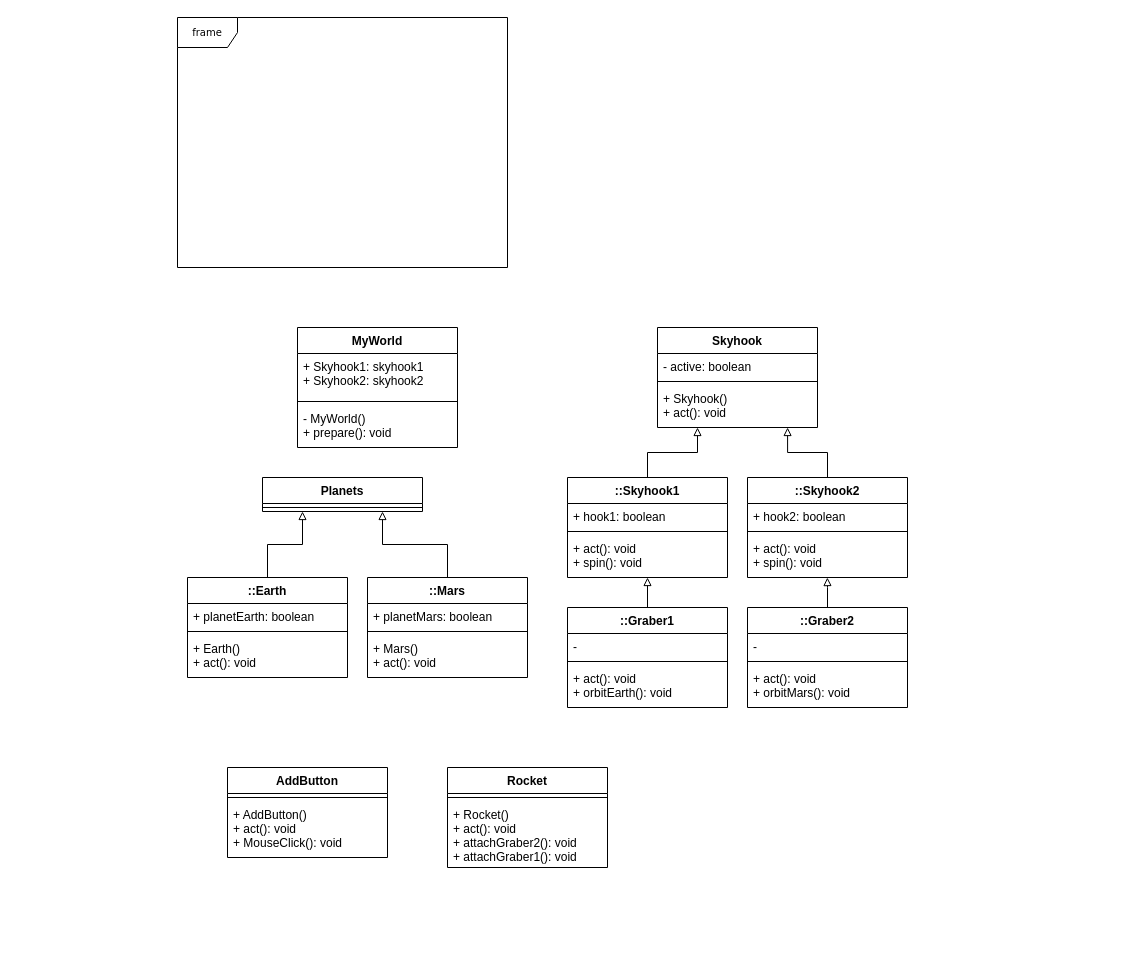
Before: Modelle/Klassendiagramm.drawio in daenzg/skyhook_sim, a draw.io diagram. Source tidied: cells renumbered, new cells numbered last; positions are measured from the earlier drawing's top-left corner, leaving out a move shared by most shapes. Both pictures are drawn from the tidied source at 100%, with x=0, y=0 at pixel (177, 17).
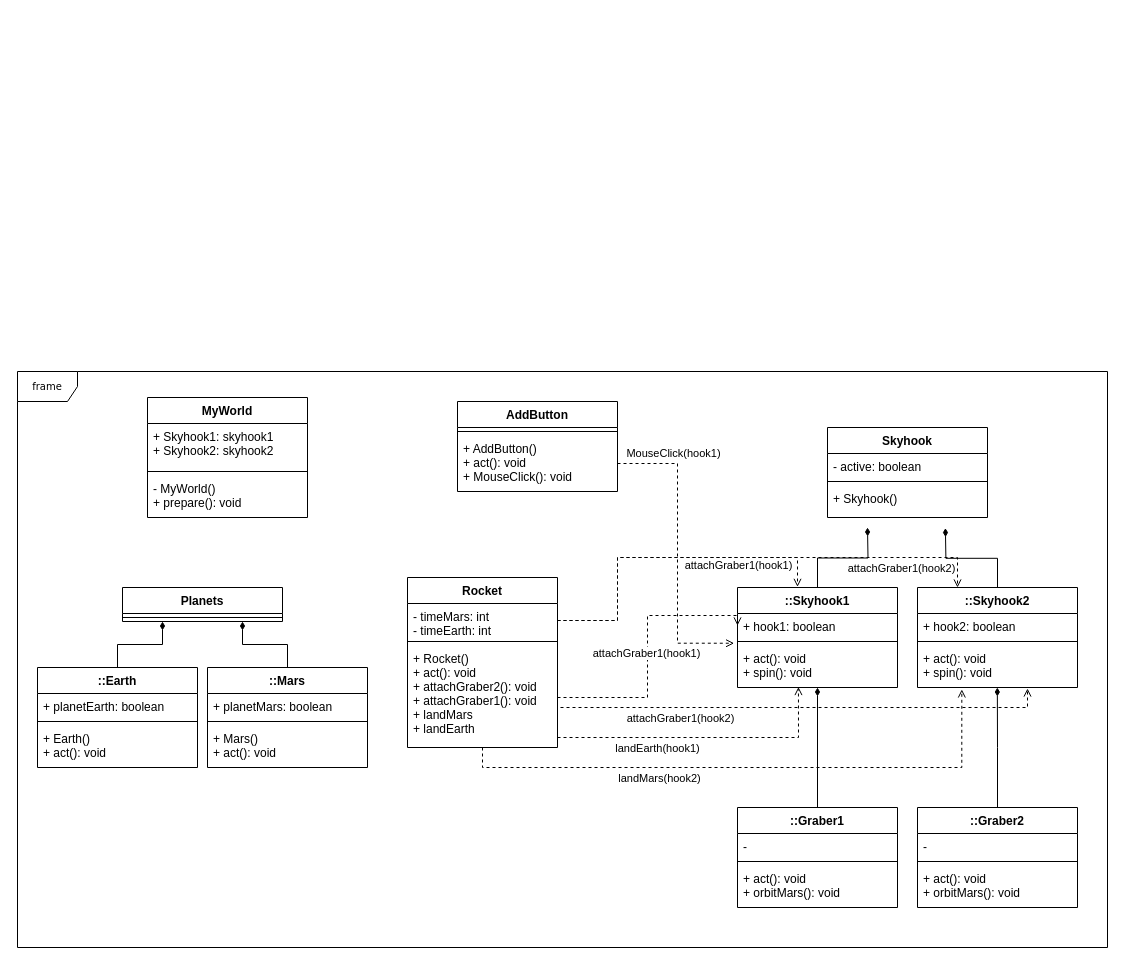
The same diagram, later.

The change refers to these unchanged cells:
```xml
<mxCell id="9" value="+ AddButton()&#10;+ act(): void&#10;+ MouseClick(): void" style="text;strokeColor=none;fillColor=none;align=left;verticalAlign=top;spacingLeft=4;spacingRight=4;overflow=hidden;points=[[0,0.5],[1,0.5]];portConstraint=eastwest;" parent="7" vertex="1">
  <mxGeometry y="34" width="160" height="56" as="geometry" />
</mxCell>
<mxCell id="31" value="+ hook1: boolean&#10;" style="text;strokeColor=none;fillColor=none;align=left;verticalAlign=top;spacingLeft=4;spacingRight=4;overflow=hidden;points=[[0,0.5],[1,0.5]];portConstraint=eastwest;" parent="30" vertex="1">
  <mxGeometry y="26" width="160" height="24" as="geometry" />
</mxCell>
<mxCell id="33" value="+ act(): void&#10;+ spin(): void" style="text;strokeColor=none;fillColor=none;align=left;verticalAlign=top;spacingLeft=4;spacingRight=4;overflow=hidden;points=[[0,0.5],[1,0.5]];portConstraint=eastwest;" parent="30" vertex="1">
  <mxGeometry y="58" width="160" height="42" as="geometry" />
</mxCell>
<mxCell id="38" value="+ act(): void&#10;+ spin(): void" style="text;strokeColor=none;fillColor=none;align=left;verticalAlign=top;spacingLeft=4;spacingRight=4;overflow=hidden;points=[[0,0.5],[1,0.5]];portConstraint=eastwest;" parent="35" vertex="1">
  <mxGeometry y="58" width="160" height="42" as="geometry" />
</mxCell>
```

Diff of the diagram source:
```diff
@@
     <mxCell id="2" value="frame" style="shape=umlFrame;whiteSpace=wrap;html=1;rounded=0;shadow=0;comic=0;labelBackgroundColor=none;strokeWidth=1;fontFamily=Verdana;fontSize=10;align=center;" parent="1" vertex="1">
-      <mxGeometry width="330" height="250" as="geometry" />
+      <mxGeometry x="-160" y="354" width="1090" height="576" as="geometry" />
     </mxCell>
     <mxCell id="3" value="MyWorld" style="swimlane;fontStyle=1;align=center;verticalAlign=top;horizontal=1;startSize=26;" parent="1" vertex="1">
-      <mxGeometry x="120" y="310" width="160" height="120" as="geometry" />
+      <mxGeometry x="-30" y="380" width="160" height="120" as="geometry" />
     </mxCell>
@@
     <mxCell id="7" value="AddButton" style="swimlane;fontStyle=1;align=center;verticalAlign=top;horizontal=1;startSize=26;" parent="1" vertex="1">
-      <mxGeometry x="50" y="750" width="160" height="90" as="geometry" />
+      <mxGeometry x="280" y="384" width="160" height="90" as="geometry" />
     </mxCell>
@@
     <mxCell id="10" value="Planets" style="swimlane;fontStyle=1;align=center;verticalAlign=top;horizontal=1;startSize=26;" parent="1" vertex="1">
-      <mxGeometry x="85" y="460" width="160" height="34" as="geometry" />
+      <mxGeometry x="-55" y="570" width="160" height="34" as="geometry" />
     </mxCell>
@@
-    <mxCell id="12" style="edgeStyle=orthogonalEdgeStyle;rounded=0;jettySize=auto;html=1;entryX=0.25;entryY=1;entryDx=0;entryDy=0;endArrow=block;endFill=0;" parent="1" edge="1" source="13" target="10">
+    <mxCell id="12" style="edgeStyle=orthogonalEdgeStyle;rounded=0;jettySize=auto;html=1;entryX=0.25;entryY=1;entryDx=0;entryDy=0;endArrow=diamondThin;endFill=1;" parent="1" edge="1" source="13" target="10">
       <mxGeometry relative="1" as="geometry" />
     </mxCell>
     <mxCell id="13" value="::Earth" style="swimlane;fontStyle=1;align=center;verticalAlign=top;horizontal=1;startSize=26;" parent="1" vertex="1">
-      <mxGeometry x="10" y="560" width="160" height="100" as="geometry" />
+      <mxGeometry x="-140" y="650" width="160" height="100" as="geometry" />
     </mxCell>
@@
-    <mxCell id="17" style="edgeStyle=orthogonalEdgeStyle;rounded=0;jettySize=auto;html=1;entryX=0.75;entryY=1;entryDx=0;entryDy=0;endArrow=block;endFill=0;" parent="1" edge="1" source="18" target="10">
+    <mxCell id="17" style="edgeStyle=orthogonalEdgeStyle;rounded=0;jettySize=auto;html=1;entryX=0.75;entryY=1;entryDx=0;entryDy=0;endArrow=diamondThin;endFill=1;" parent="1" edge="1" source="18" target="10">
       <mxGeometry relative="1" as="geometry" />
     </mxCell>
     <mxCell id="18" value="::Mars" style="swimlane;fontStyle=1;align=center;verticalAlign=top;horizontal=1;startSize=26;" parent="1" vertex="1">
-      <mxGeometry x="190" y="560" width="160" height="100" as="geometry" />
+      <mxGeometry x="30" y="650" width="160" height="100" as="geometry" />
     </mxCell>
@@
-    <mxCell id="22" value="Rocket" style="swimlane;fontStyle=1;align=center;verticalAlign=top;horizontal=1;startSize=26;" parent="1" vertex="1">
-      <mxGeometry x="270" y="750" width="160" height="100" as="geometry" />
-    </mxCell>
-    <mxCell id="23" style="line;strokeWidth=1;fillColor=none;align=left;verticalAlign=middle;spacingTop=-1;spacingLeft=3;spacingRight=3;labelPosition=right;strokeColor=inherit;" parent="22" vertex="1">
-      <mxGeometry y="26" width="160" height="8" as="geometry" />
-    </mxCell>
-    <mxCell id="24" value="+ Rocket()&#10;+ act(): void&#10;+ attachGraber2(): void&#10;+ attachGraber1(): void" style="text;strokeColor=none;fillColor=none;align=left;verticalAlign=top;spacingLeft=4;spacingRight=4;overflow=hidden;" parent="22" vertex="1">
-      <mxGeometry y="34" width="160" height="66" as="geometry" />
-    </mxCell>
     <mxCell id="25" value="Skyhook" style="swimlane;fontStyle=1;align=center;verticalAlign=top;horizontal=1;startSize=26;" parent="1" vertex="1">
-      <mxGeometry x="480" y="310" width="160" height="100" as="geometry" />
+      <mxGeometry x="650" y="410" width="160" height="90" as="geometry" />
     </mxCell>
@@
-    <mxCell id="28" value="+ Skyhook()&#10;+ act(): void" style="text;strokeColor=none;fillColor=none;align=left;verticalAlign=top;spacingLeft=4;spacingRight=4;overflow=hidden;points=[[0,0.5],[1,0.5]];portConstraint=eastwest;" parent="25" vertex="1">
-      <mxGeometry y="58" width="160" height="42" as="geometry" />
+    <mxCell id="28" value="+ Skyhook()" style="text;strokeColor=none;fillColor=none;align=left;verticalAlign=top;spacingLeft=4;spacingRight=4;overflow=hidden;points=[[0,0.5],[1,0.5]];portConstraint=eastwest;" parent="25" vertex="1">
+      <mxGeometry y="58" width="160" height="32" as="geometry" />
     </mxCell>
-    <mxCell id="29" style="edgeStyle=orthogonalEdgeStyle;rounded=0;jettySize=auto;html=1;entryX=0.25;entryY=1;entryDx=0;entryDy=0;endArrow=block;endFill=0;" parent="1" edge="1" source="30" target="25">
-      <mxGeometry relative="1" as="geometry" />
+    <mxCell id="29" style="edgeStyle=orthogonalEdgeStyle;rounded=0;jettySize=auto;html=1;entryX=0.25;entryY=1;entryDx=0;entryDy=0;endArrow=diamondThin;endFill=1;" parent="1" edge="1" source="30">
+      <mxGeometry relative="1" as="geometry">
+        <mxPoint x="690" y="510" as="targetPoint" />
+      </mxGeometry>
     </mxCell>
     <mxCell id="30" value="::Skyhook1" style="swimlane;fontStyle=1;align=center;verticalAlign=top;horizontal=1;startSize=26;" parent="1" vertex="1">
-      <mxGeometry x="390" y="460" width="160" height="100" as="geometry" />
+      <mxGeometry x="560" y="570" width="160" height="100" as="geometry" />
     </mxCell>
@@
-    <mxCell id="34" style="edgeStyle=orthogonalEdgeStyle;rounded=0;jettySize=auto;html=1;entryX=0.813;entryY=1;entryDx=0;entryDy=0;entryPerimeter=0;endArrow=block;endFill=0;" parent="1" edge="1" source="35" target="28">
-      <mxGeometry relative="1" as="geometry" />
+    <mxCell id="34" style="edgeStyle=orthogonalEdgeStyle;rounded=0;jettySize=auto;html=1;entryX=0.737;entryY=1.018;entryDx=0;entryDy=0;entryPerimeter=0;endArrow=diamondThin;endFill=1;" parent="1" edge="1" source="35">
+      <mxGeometry relative="1" as="geometry">
+        <mxPoint x="767.9" y="510.6" as="targetPoint" />
+      </mxGeometry>
     </mxCell>
     <mxCell id="35" value="::Skyhook2" style="swimlane;fontStyle=1;align=center;verticalAlign=top;horizontal=1;startSize=26;" parent="1" vertex="1">
-      <mxGeometry x="570" y="460" width="160" height="100" as="geometry" />
+      <mxGeometry x="740" y="570" width="160" height="100" as="geometry" />
     </mxCell>
@@
-    <mxCell id="39" style="edgeStyle=orthogonalEdgeStyle;rounded=0;jettySize=auto;html=1;entryX=0.5;entryY=1;entryDx=0;entryDy=0;endArrow=block;endFill=0;" parent="1" edge="1" source="40" target="30">
+    <mxCell id="39" style="edgeStyle=orthogonalEdgeStyle;rounded=0;jettySize=auto;html=1;entryX=0.5;entryY=1;entryDx=0;entryDy=0;endArrow=diamondThin;endFill=1;" parent="1" edge="1" source="40" target="30">
       <mxGeometry relative="1" as="geometry" />
     </mxCell>
     <mxCell id="40" value="::Graber1" style="swimlane;fontStyle=1;align=center;verticalAlign=top;horizontal=1;startSize=26;" parent="1" vertex="1">
-      <mxGeometry x="390" y="590" width="160" height="100" as="geometry" />
+      <mxGeometry x="560" y="790" width="160" height="100" as="geometry" />
     </mxCell>
@@
-    <mxCell id="43" value="+ act(): void&#10;+ orbitEarth(): void" style="text;strokeColor=none;fillColor=none;align=left;verticalAlign=top;spacingLeft=4;spacingRight=4;overflow=hidden;" parent="40" vertex="1">
+    <mxCell id="43" value="+ act(): void&#10;+ orbitMars(): void" style="text;strokeColor=none;fillColor=none;align=left;verticalAlign=top;spacingLeft=4;spacingRight=4;overflow=hidden;" parent="40" vertex="1">
       <mxGeometry y="58" width="160" height="42" as="geometry" />
     </mxCell>
-    <mxCell id="44" style="edgeStyle=orthogonalEdgeStyle;rounded=0;jettySize=auto;html=1;entryX=0.499;entryY=1.001;entryDx=0;entryDy=0;entryPerimeter=0;endArrow=block;endFill=0;" parent="1" edge="1" source="45" target="38">
+    <mxCell id="44" style="edgeStyle=orthogonalEdgeStyle;rounded=0;jettySize=auto;html=1;entryX=0.499;entryY=1.001;entryDx=0;entryDy=0;entryPerimeter=0;endArrow=diamondThin;endFill=1;" parent="1" edge="1" source="45" target="38">
       <mxGeometry relative="1" as="geometry" />
     </mxCell>
     <mxCell id="45" value="::Graber2" style="swimlane;fontStyle=1;align=center;verticalAlign=top;horizontal=1;startSize=26;" parent="1" vertex="1">
-      <mxGeometry x="570" y="590" width="160" height="100" as="geometry" />
+      <mxGeometry x="740" y="790" width="160" height="100" as="geometry" />
     </mxCell>
@@
+    <mxCell id="22" value="Rocket" style="swimlane;fontStyle=1;align=center;verticalAlign=top;horizontal=1;startSize=26;" parent="1" vertex="1">
+      <mxGeometry x="230" y="560" width="150" height="170" as="geometry" />
+    </mxCell>
+    <mxCell id="49" value="- timeMars: int&#10;- timeEarth: int" style="text;strokeColor=none;fillColor=none;align=left;verticalAlign=top;spacingLeft=4;spacingRight=4;overflow=hidden;points=[[0,0.5],[1,0.5]];portConstraint=eastwest;" parent="22" vertex="1">
+      <mxGeometry y="26" width="150" height="34" as="geometry" />
+    </mxCell>
+    <mxCell id="50" style="line;strokeWidth=1;fillColor=none;align=left;verticalAlign=middle;spacingTop=-1;spacingLeft=3;spacingRight=3;labelPosition=right;strokeColor=inherit;" parent="22" vertex="1">
+      <mxGeometry y="60" width="150" height="8" as="geometry" />
+    </mxCell>
+    <mxCell id="51" value="+ Rocket()&#10;+ act(): void&#10;+ attachGraber2(): void&#10;+ attachGraber1(): void&#10;+ landMars&#10;+ landEarth" style="text;strokeColor=none;fillColor=none;align=left;verticalAlign=top;spacingLeft=4;spacingRight=4;overflow=hidden;points=[[0,0.5],[1,0.5]];portConstraint=eastwest;" parent="22" vertex="1">
+      <mxGeometry y="68" width="150" height="102" as="geometry" />
+    </mxCell>
+    <mxCell id="52" style="edgeStyle=orthogonalEdgeStyle;rounded=0;jettySize=auto;html=1;entryX=0;entryY=0.5;entryDx=0;entryDy=0;endArrow=open;endFill=0;dashed=1;" parent="1" edge="1" source="51" target="31">
+      <mxGeometry relative="1" as="geometry">
+        <Array as="points">
+          <mxPoint x="470" y="680" />
+          <mxPoint x="470" y="598" />
+        </Array>
+      </mxGeometry>
+    </mxCell>
+    <mxCell id="53" value="attachGraber1(hook1)" style="edgeLabel;html=1;align=center;verticalAlign=middle;" parent="52" vertex="1">
+      <mxGeometry x="-0.16" y="2" relative="1" as="geometry">
+        <mxPoint y="-21" as="offset" />
+      </mxGeometry>
+    </mxCell>
+    <mxCell id="54" style="edgeStyle=orthogonalEdgeStyle;rounded=0;jettySize=auto;html=1;entryX=0.25;entryY=0;entryDx=0;entryDy=0;dashed=1;endArrow=open;endFill=0;jumpStyle=none;" parent="1" edge="1" source="49" target="35">
+      <mxGeometry relative="1" as="geometry">
+        <Array as="points">
+          <mxPoint x="440" y="603" />
+          <mxPoint x="440" y="540" />
+          <mxPoint x="780" y="540" />
+        </Array>
+      </mxGeometry>
+    </mxCell>
+    <mxCell id="55" value="attachGraber1(hook2)" style="edgeLabel;html=1;align=center;verticalAlign=middle;" parent="54" vertex="1">
+      <mxGeometry x="-0.39" y="2" relative="1" as="geometry">
+        <mxPoint x="256" y="12" as="offset" />
+      </mxGeometry>
+    </mxCell>
+    <mxCell id="56" style="edgeStyle=orthogonalEdgeStyle;rounded=0;jettySize=auto;html=1;dashed=1;endArrow=open;endFill=0;jumpStyle=none;entryX=0.375;entryY=-0.006;entryDx=0;entryDy=0;entryPerimeter=0;" parent="1" edge="1" target="30">
+      <mxGeometry relative="1" as="geometry">
+        <mxPoint x="380" y="603" as="sourcePoint" />
+        <Array as="points">
+          <mxPoint x="440" y="603" />
+          <mxPoint x="440" y="540" />
+          <mxPoint x="620" y="540" />
+        </Array>
+      </mxGeometry>
+    </mxCell>
+    <mxCell id="57" value="attachGraber1(hook1)" style="edgeLabel;html=1;align=center;verticalAlign=middle;" parent="56" vertex="1">
+      <mxGeometry x="-0.39" y="2" relative="1" as="geometry">
+        <mxPoint x="122" y="-15" as="offset" />
+      </mxGeometry>
+    </mxCell>
+    <mxCell id="58" style="edgeStyle=orthogonalEdgeStyle;rounded=0;orthogonalLoop=1;jettySize=auto;html=1;endArrow=open;endFill=0;dashed=1;" parent="1" edge="1">
+      <mxGeometry relative="1" as="geometry">
+        <mxPoint x="380" y="681" as="sourcePoint" />
+        <mxPoint x="850" y="671" as="targetPoint" />
+        <Array as="points">
+          <mxPoint x="380" y="690" />
+          <mxPoint x="850" y="690" />
+          <mxPoint x="850" y="671" />
+        </Array>
+      </mxGeometry>
+    </mxCell>
+    <mxCell id="59" value="attachGraber1(hook2)" style="edgeLabel;html=1;align=center;verticalAlign=middle;" parent="58" vertex="1">
+      <mxGeometry x="-0.16" y="2" relative="1" as="geometry">
+        <mxPoint x="-78" y="12" as="offset" />
+      </mxGeometry>
+    </mxCell>
+    <mxCell id="60" style="edgeStyle=orthogonalEdgeStyle;rounded=0;jumpStyle=none;jettySize=auto;html=1;entryX=0.381;entryY=0.988;entryDx=0;entryDy=0;entryPerimeter=0;dashed=1;endArrow=open;endFill=0;" parent="1" edge="1" source="51" target="33">
+      <mxGeometry relative="1" as="geometry">
+        <Array as="points">
+          <mxPoint x="621" y="720" />
+        </Array>
+      </mxGeometry>
+    </mxCell>
+    <mxCell id="61" value="landEarth(hook1)" style="edgeLabel;html=1;align=center;verticalAlign=middle;" parent="60" vertex="1">
+      <mxGeometry x="-0.32" relative="1" as="geometry">
+        <mxPoint y="10" as="offset" />
+      </mxGeometry>
+    </mxCell>
+    <mxCell id="62" style="edgeStyle=orthogonalEdgeStyle;rounded=0;jumpStyle=none;jettySize=auto;html=1;entryX=0.277;entryY=1.046;entryDx=0;entryDy=0;entryPerimeter=0;dashed=1;endArrow=open;endFill=0;" parent="1" edge="1" source="51" target="38">
+      <mxGeometry relative="1" as="geometry">
+        <Array as="points">
+          <mxPoint x="305" y="750" />
+          <mxPoint x="784" y="750" />
+        </Array>
+      </mxGeometry>
+    </mxCell>
+    <mxCell id="63" value="landMars(hook2)" style="edgeLabel;html=1;align=center;verticalAlign=middle;" parent="62" vertex="1">
+      <mxGeometry x="-0.55" y="-1" relative="1" as="geometry">
+        <mxPoint x="66" y="9" as="offset" />
+      </mxGeometry>
+    </mxCell>
+    <mxCell id="64" style="edgeStyle=orthogonalEdgeStyle;rounded=0;jumpStyle=none;jettySize=auto;html=1;entryX=-0.021;entryY=-0.054;entryDx=0;entryDy=0;entryPerimeter=0;dashed=1;endArrow=open;endFill=0;" parent="1" edge="1" source="9" target="33">
+      <mxGeometry relative="1" as="geometry" />
+    </mxCell>
+    <mxCell id="65" value="MouseClick(hook1)" style="edgeLabel;html=1;align=center;verticalAlign=middle;" parent="64" vertex="1">
+      <mxGeometry x="-0.42" y="1" relative="1" as="geometry">
+        <mxPoint x="-6" y="-37" as="offset" />
+      </mxGeometry>
+    </mxCell>
```
